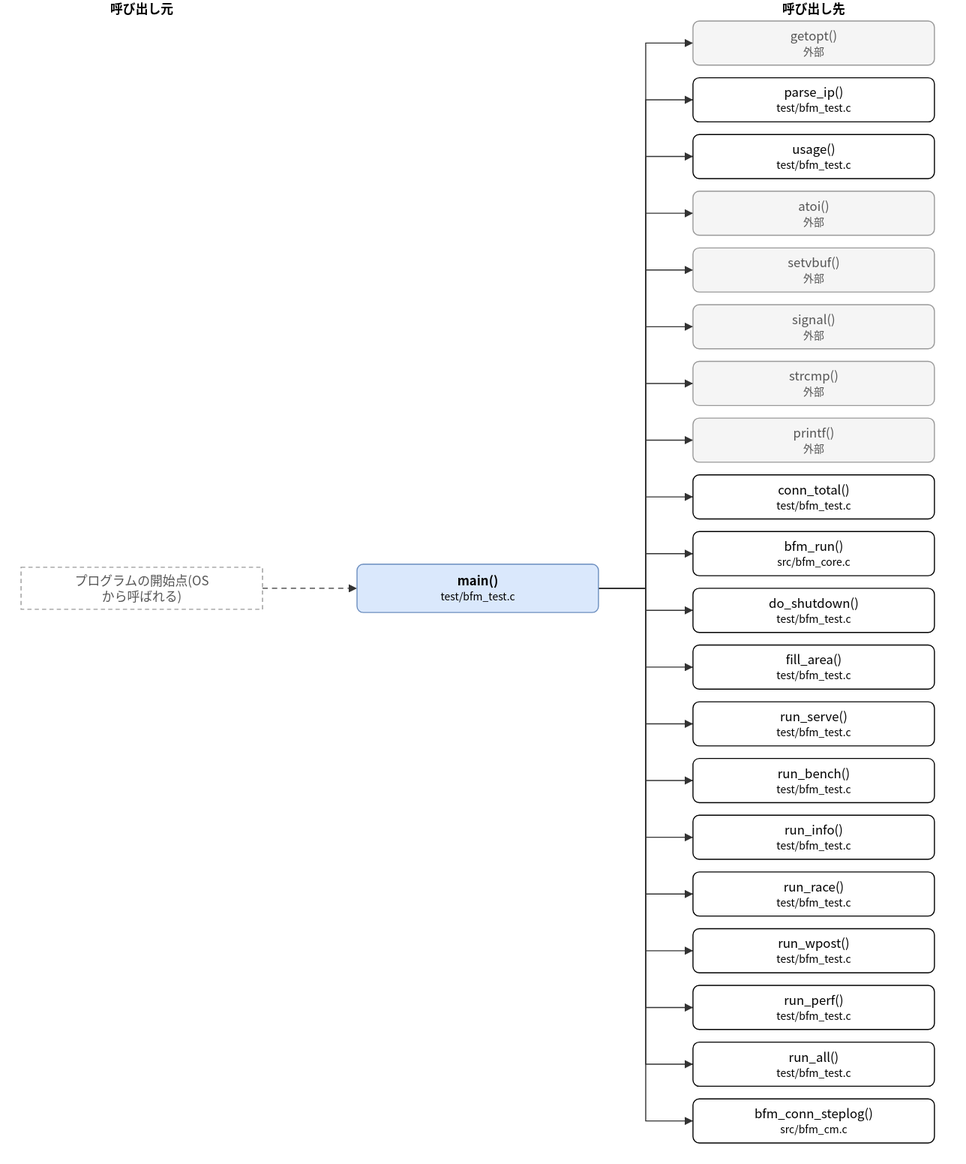
Above: doc/spec/images/call_test_bfm_test-main.drawio.svg in hf355051012-ai/bfmem (draw.io), before the change. Source tidied: cells renumbered, new cells last; positions are measured from the earlier drawing's top-left corner, leaving out a move shared by most shapes.
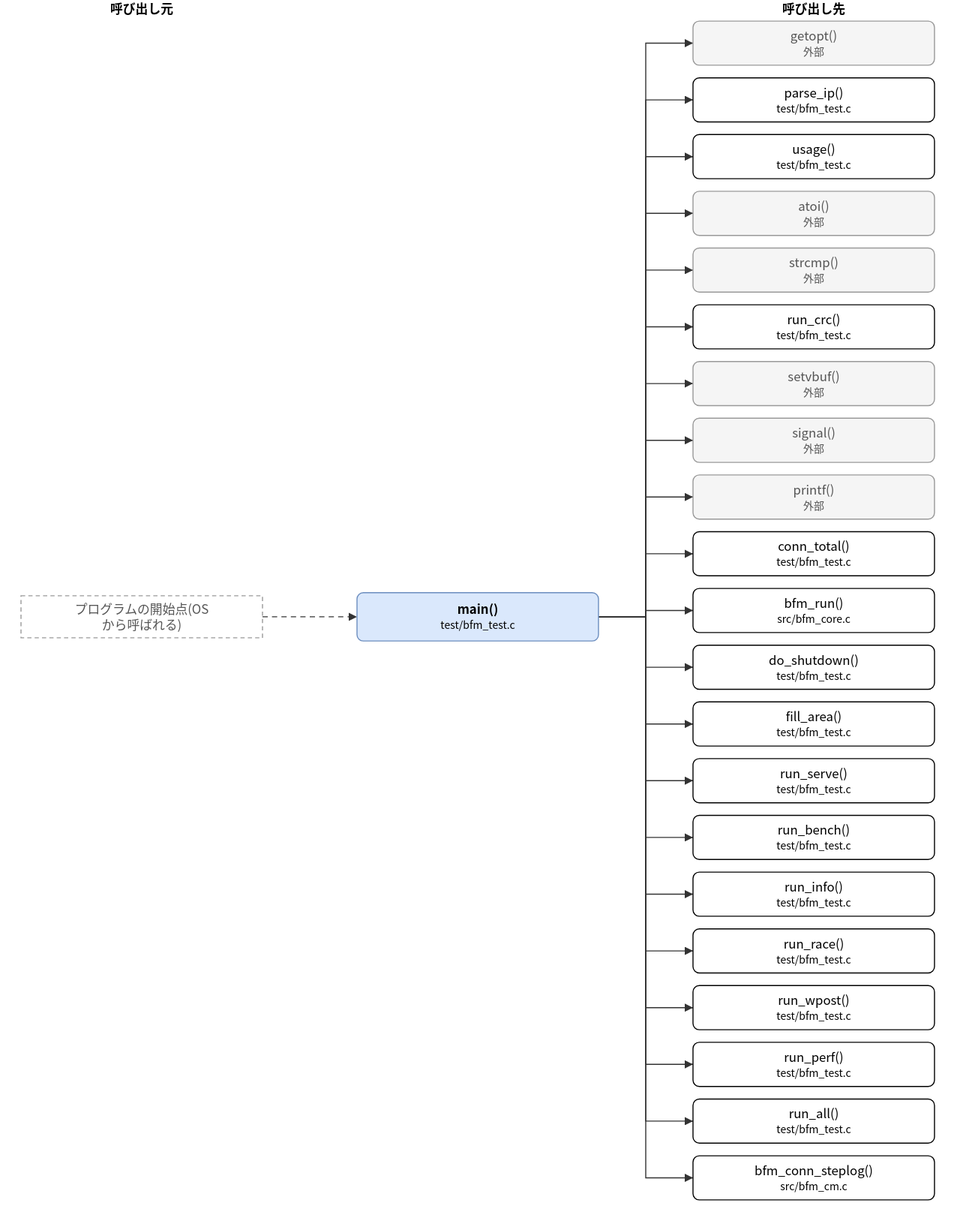
The same file after the commit.

Change to the diagram source:
```diff
@@ -5,3 +5,3 @@
     <mxCell id="2" value="main()&lt;br&gt;&lt;font style=&quot;font-size:10px&quot;&gt;test/bfm_test.c&lt;/font&gt;" style="rounded=1;whiteSpace=wrap;html=1;fillColor=#dae8fc;strokeColor=#6c8ebf;fontStyle=1;" parent="1" vertex="1">
-      <mxGeometry x="320" y="537" width="230" height="46" as="geometry" />
+      <mxGeometry x="320" y="564" width="230" height="46" as="geometry" />
     </mxCell>
@@ -19,52 +19,55 @@
     </mxCell>
-    <mxCell id="7" value="setvbuf()&lt;br&gt;&lt;font style=&quot;font-size:10px&quot;&gt;外部&lt;/font&gt;" style="rounded=1;whiteSpace=wrap;html=1;fillColor=#f5f5f5;strokeColor=#999999;fontColor=#555555;" parent="1" vertex="1">
+    <mxCell id="7" value="strcmp()&lt;br&gt;&lt;font style=&quot;font-size:10px&quot;&gt;外部&lt;/font&gt;" style="rounded=1;whiteSpace=wrap;html=1;fillColor=#f5f5f5;strokeColor=#999999;fontColor=#555555;" parent="1" vertex="1">
       <mxGeometry x="640" y="236" width="230" height="42" as="geometry" />
     </mxCell>
-    <mxCell id="8" value="signal()&lt;br&gt;&lt;font style=&quot;font-size:10px&quot;&gt;外部&lt;/font&gt;" style="rounded=1;whiteSpace=wrap;html=1;fillColor=#f5f5f5;strokeColor=#999999;fontColor=#555555;" parent="1" vertex="1">
+    <mxCell id="8" value="run_crc()&lt;br&gt;&lt;font style=&quot;font-size:10px&quot;&gt;test/bfm_test.c&lt;/font&gt;" style="rounded=1;whiteSpace=wrap;html=1;" parent="1" vertex="1">
       <mxGeometry x="640" y="290" width="230" height="42" as="geometry" />
     </mxCell>
-    <mxCell id="9" value="strcmp()&lt;br&gt;&lt;font style=&quot;font-size:10px&quot;&gt;外部&lt;/font&gt;" style="rounded=1;whiteSpace=wrap;html=1;fillColor=#f5f5f5;strokeColor=#999999;fontColor=#555555;" parent="1" vertex="1">
+    <mxCell id="9" value="setvbuf()&lt;br&gt;&lt;font style=&quot;font-size:10px&quot;&gt;外部&lt;/font&gt;" style="rounded=1;whiteSpace=wrap;html=1;fillColor=#f5f5f5;strokeColor=#999999;fontColor=#555555;" parent="1" vertex="1">
       <mxGeometry x="640" y="344" width="230" height="42" as="geometry" />
     </mxCell>
-    <mxCell id="10" value="printf()&lt;br&gt;&lt;font style=&quot;font-size:10px&quot;&gt;外部&lt;/font&gt;" style="rounded=1;whiteSpace=wrap;html=1;fillColor=#f5f5f5;strokeColor=#999999;fontColor=#555555;" parent="1" vertex="1">
+    <mxCell id="10" value="signal()&lt;br&gt;&lt;font style=&quot;font-size:10px&quot;&gt;外部&lt;/font&gt;" style="rounded=1;whiteSpace=wrap;html=1;fillColor=#f5f5f5;strokeColor=#999999;fontColor=#555555;" parent="1" vertex="1">
       <mxGeometry x="640" y="398" width="230" height="42" as="geometry" />
     </mxCell>
-    <mxCell id="11" value="conn_total()&lt;br&gt;&lt;font style=&quot;font-size:10px&quot;&gt;test/bfm_test.c&lt;/font&gt;" style="rounded=1;whiteSpace=wrap;html=1;" parent="1" vertex="1">
+    <mxCell id="11" value="printf()&lt;br&gt;&lt;font style=&quot;font-size:10px&quot;&gt;外部&lt;/font&gt;" style="rounded=1;whiteSpace=wrap;html=1;fillColor=#f5f5f5;strokeColor=#999999;fontColor=#555555;" parent="1" vertex="1">
       <mxGeometry x="640" y="452" width="230" height="42" as="geometry" />
     </mxCell>
-    <mxCell id="12" value="bfm_run()&lt;br&gt;&lt;font style=&quot;font-size:10px&quot;&gt;src/bfm_core.c&lt;/font&gt;" style="rounded=1;whiteSpace=wrap;html=1;" parent="1" vertex="1">
+    <mxCell id="12" value="conn_total()&lt;br&gt;&lt;font style=&quot;font-size:10px&quot;&gt;test/bfm_test.c&lt;/font&gt;" style="rounded=1;whiteSpace=wrap;html=1;" parent="1" vertex="1">
       <mxGeometry x="640" y="506" width="230" height="42" as="geometry" />
     </mxCell>
-    <mxCell id="13" value="do_shutdown()&lt;br&gt;&lt;font style=&quot;font-size:10px&quot;&gt;test/bfm_test.c&lt;/font&gt;" style="rounded=1;whiteSpace=wrap;html=1;" parent="1" vertex="1">
+    <mxCell id="13" value="bfm_run()&lt;br&gt;&lt;font style=&quot;font-size:10px&quot;&gt;src/bfm_core.c&lt;/font&gt;" style="rounded=1;whiteSpace=wrap;html=1;" parent="1" vertex="1">
       <mxGeometry x="640" y="560" width="230" height="42" as="geometry" />
     </mxCell>
-    <mxCell id="14" value="fill_area()&lt;br&gt;&lt;font style=&quot;font-size:10px&quot;&gt;test/bfm_test.c&lt;/font&gt;" style="rounded=1;whiteSpace=wrap;html=1;" parent="1" vertex="1">
+    <mxCell id="14" value="do_shutdown()&lt;br&gt;&lt;font style=&quot;font-size:10px&quot;&gt;test/bfm_test.c&lt;/font&gt;" style="rounded=1;whiteSpace=wrap;html=1;" parent="1" vertex="1">
       <mxGeometry x="640" y="614" width="230" height="42" as="geometry" />
     </mxCell>
-    <mxCell id="15" value="run_serve()&lt;br&gt;&lt;font style=&quot;font-size:10px&quot;&gt;test/bfm_test.c&lt;/font&gt;" style="rounded=1;whiteSpace=wrap;html=1;" parent="1" vertex="1">
+    <mxCell id="15" value="fill_area()&lt;br&gt;&lt;font style=&quot;font-size:10px&quot;&gt;test/bfm_test.c&lt;/font&gt;" style="rounded=1;whiteSpace=wrap;html=1;" parent="1" vertex="1">
       <mxGeometry x="640" y="668" width="230" height="42" as="geometry" />
     </mxCell>
-    <mxCell id="16" value="run_bench()&lt;br&gt;&lt;font style=&quot;font-size:10px&quot;&gt;test/bfm_test.c&lt;/font&gt;" style="rounded=1;whiteSpace=wrap;html=1;" parent="1" vertex="1">
+    <mxCell id="16" value="run_serve()&lt;br&gt;&lt;font style=&quot;font-size:10px&quot;&gt;test/bfm_test.c&lt;/font&gt;" style="rounded=1;whiteSpace=wrap;html=1;" parent="1" vertex="1">
       <mxGeometry x="640" y="722" width="230" height="42" as="geometry" />
     </mxCell>
-    <mxCell id="17" value="run_info()&lt;br&gt;&lt;font style=&quot;font-size:10px&quot;&gt;test/bfm_test.c&lt;/font&gt;" style="rounded=1;whiteSpace=wrap;html=1;" parent="1" vertex="1">
+    <mxCell id="17" value="run_bench()&lt;br&gt;&lt;font style=&quot;font-size:10px&quot;&gt;test/bfm_test.c&lt;/font&gt;" style="rounded=1;whiteSpace=wrap;html=1;" parent="1" vertex="1">
       <mxGeometry x="640" y="776" width="230" height="42" as="geometry" />
     </mxCell>
-    <mxCell id="18" value="run_race()&lt;br&gt;&lt;font style=&quot;font-size:10px&quot;&gt;test/bfm_test.c&lt;/font&gt;" style="rounded=1;whiteSpace=wrap;html=1;" parent="1" vertex="1">
+    <mxCell id="18" value="run_info()&lt;br&gt;&lt;font style=&quot;font-size:10px&quot;&gt;test/bfm_test.c&lt;/font&gt;" style="rounded=1;whiteSpace=wrap;html=1;" parent="1" vertex="1">
       <mxGeometry x="640" y="830" width="230" height="42" as="geometry" />
     </mxCell>
-    <mxCell id="19" value="run_wpost()&lt;br&gt;&lt;font style=&quot;font-size:10px&quot;&gt;test/bfm_test.c&lt;/font&gt;" style="rounded=1;whiteSpace=wrap;html=1;" parent="1" vertex="1">
+    <mxCell id="19" value="run_race()&lt;br&gt;&lt;font style=&quot;font-size:10px&quot;&gt;test/bfm_test.c&lt;/font&gt;" style="rounded=1;whiteSpace=wrap;html=1;" parent="1" vertex="1">
       <mxGeometry x="640" y="884" width="230" height="42" as="geometry" />
     </mxCell>
-    <mxCell id="20" value="run_perf()&lt;br&gt;&lt;font style=&quot;font-size:10px&quot;&gt;test/bfm_test.c&lt;/font&gt;" style="rounded=1;whiteSpace=wrap;html=1;" parent="1" vertex="1">
+    <mxCell id="20" value="run_wpost()&lt;br&gt;&lt;font style=&quot;font-size:10px&quot;&gt;test/bfm_test.c&lt;/font&gt;" style="rounded=1;whiteSpace=wrap;html=1;" parent="1" vertex="1">
       <mxGeometry x="640" y="938" width="230" height="42" as="geometry" />
     </mxCell>
-    <mxCell id="21" value="run_all()&lt;br&gt;&lt;font style=&quot;font-size:10px&quot;&gt;test/bfm_test.c&lt;/font&gt;" style="rounded=1;whiteSpace=wrap;html=1;" parent="1" vertex="1">
+    <mxCell id="21" value="run_perf()&lt;br&gt;&lt;font style=&quot;font-size:10px&quot;&gt;test/bfm_test.c&lt;/font&gt;" style="rounded=1;whiteSpace=wrap;html=1;" parent="1" vertex="1">
       <mxGeometry x="640" y="992" width="230" height="42" as="geometry" />
     </mxCell>
-    <mxCell id="22" value="bfm_conn_steplog()&lt;br&gt;&lt;font style=&quot;font-size:10px&quot;&gt;src/bfm_cm.c&lt;/font&gt;" style="rounded=1;whiteSpace=wrap;html=1;" parent="1" vertex="1">
+    <mxCell id="22" value="run_all()&lt;br&gt;&lt;font style=&quot;font-size:10px&quot;&gt;test/bfm_test.c&lt;/font&gt;" style="rounded=1;whiteSpace=wrap;html=1;" parent="1" vertex="1">
       <mxGeometry x="640" y="1046" width="230" height="42" as="geometry" />
     </mxCell>
+    <mxCell id="47" value="bfm_conn_steplog()&lt;br&gt;&lt;font style=&quot;font-size:10px&quot;&gt;src/bfm_cm.c&lt;/font&gt;" style="rounded=1;whiteSpace=wrap;html=1;" parent="1" vertex="1">
+      <mxGeometry x="640" y="1100" width="230" height="42" as="geometry" />
+    </mxCell>
     <mxCell id="23" value="プログラムの開始点(OS&lt;br&gt;から呼ばれる)" style="rounded=0;whiteSpace=wrap;html=1;dashed=1;strokeColor=#999999;fontColor=#555555;dashed=1;" parent="1" vertex="1">
-      <mxGeometry y="540" width="230" height="40" as="geometry" />
+      <mxGeometry y="567" width="230" height="40" as="geometry" />
     </mxCell>
@@ -73,3 +76,3 @@
         <Array as="points">
-          <mxPoint x="595" y="560" />
+          <mxPoint x="595" y="587" />
           <mxPoint x="595" y="41" />
@@ -81,3 +84,3 @@
         <Array as="points">
-          <mxPoint x="595" y="560" />
+          <mxPoint x="595" y="587" />
           <mxPoint x="595" y="95" />
@@ -89,3 +92,3 @@
         <Array as="points">
-          <mxPoint x="595" y="560" />
+          <mxPoint x="595" y="587" />
           <mxPoint x="595" y="149" />
@@ -97,3 +100,3 @@
         <Array as="points">
-          <mxPoint x="595" y="560" />
+          <mxPoint x="595" y="587" />
           <mxPoint x="595" y="203" />
@@ -105,3 +108,3 @@
         <Array as="points">
-          <mxPoint x="595" y="560" />
+          <mxPoint x="595" y="587" />
           <mxPoint x="595" y="257" />
@@ -113,3 +116,3 @@
         <Array as="points">
-          <mxPoint x="595" y="560" />
+          <mxPoint x="595" y="587" />
           <mxPoint x="595" y="311" />
@@ -121,3 +124,3 @@
         <Array as="points">
-          <mxPoint x="595" y="560" />
+          <mxPoint x="595" y="587" />
           <mxPoint x="595" y="365" />
@@ -129,3 +132,3 @@
         <Array as="points">
-          <mxPoint x="595" y="560" />
+          <mxPoint x="595" y="587" />
           <mxPoint x="595" y="419" />
@@ -137,3 +140,3 @@
         <Array as="points">
-          <mxPoint x="595" y="560" />
+          <mxPoint x="595" y="587" />
           <mxPoint x="595" y="473" />
@@ -145,3 +148,3 @@
         <Array as="points">
-          <mxPoint x="595" y="560" />
+          <mxPoint x="595" y="587" />
           <mxPoint x="595" y="527" />
@@ -153,3 +156,3 @@
         <Array as="points">
-          <mxPoint x="595" y="560" />
+          <mxPoint x="595" y="587" />
           <mxPoint x="595" y="581" />
@@ -161,3 +164,3 @@
         <Array as="points">
-          <mxPoint x="595" y="560" />
+          <mxPoint x="595" y="587" />
           <mxPoint x="595" y="635" />
@@ -169,3 +172,3 @@
         <Array as="points">
-          <mxPoint x="595" y="560" />
+          <mxPoint x="595" y="587" />
           <mxPoint x="595" y="689" />
@@ -177,3 +180,3 @@
         <Array as="points">
-          <mxPoint x="595" y="560" />
+          <mxPoint x="595" y="587" />
           <mxPoint x="595" y="743" />
@@ -185,3 +188,3 @@
         <Array as="points">
-          <mxPoint x="595" y="560" />
+          <mxPoint x="595" y="587" />
           <mxPoint x="595" y="797" />
@@ -193,3 +196,3 @@
         <Array as="points">
-          <mxPoint x="595" y="560" />
+          <mxPoint x="595" y="587" />
           <mxPoint x="595" y="851" />
@@ -201,3 +204,3 @@
         <Array as="points">
-          <mxPoint x="595" y="560" />
+          <mxPoint x="595" y="587" />
           <mxPoint x="595" y="905" />
@@ -209,3 +212,3 @@
         <Array as="points">
-          <mxPoint x="595" y="560" />
+          <mxPoint x="595" y="587" />
           <mxPoint x="595" y="959" />
@@ -217,3 +220,3 @@
         <Array as="points">
-          <mxPoint x="595" y="560" />
+          <mxPoint x="595" y="587" />
           <mxPoint x="595" y="1013" />
@@ -225,3 +228,3 @@
         <Array as="points">
-          <mxPoint x="595" y="560" />
+          <mxPoint x="595" y="587" />
           <mxPoint x="595" y="1067" />
@@ -230,5 +233,13 @@
     </mxCell>
-    <mxCell id="44" style="edgeStyle=none;html=1;rounded=0;endArrow=block;endFill=1;exitX=1.0000;exitY=0.5000;exitDx=0;exitDy=0;exitPerimeter=0;entryX=0.0000;entryY=0.5000;entryDx=0;entryDy=0;entryPerimeter=0;dashed=1;" parent="1" edge="1" source="23" target="2">
-      <mxGeometry relative="1" as="geometry" />
+    <mxCell id="44" style="edgeStyle=none;html=1;rounded=0;endArrow=block;endFill=1;exitX=1.0000;exitY=0.5000;exitDx=0;exitDy=0;exitPerimeter=0;entryX=0.0000;entryY=0.5000;entryDx=0;entryDy=0;entryPerimeter=0;" parent="1" edge="1" source="2" target="47">
+      <mxGeometry relative="1" as="geometry">
+        <Array as="points">
+          <mxPoint x="595" y="587" />
+          <mxPoint x="595" y="1121" />
+        </Array>
+      </mxGeometry>
     </mxCell>
+    <mxCell id="48" style="edgeStyle=none;html=1;rounded=0;endArrow=block;endFill=1;exitX=1.0000;exitY=0.5000;exitDx=0;exitDy=0;exitPerimeter=0;entryX=0.0000;entryY=0.5000;entryDx=0;entryDy=0;entryPerimeter=0;dashed=1;" parent="1" edge="1" source="23" target="2">
+      <mxGeometry relative="1" as="geometry" />
+    </mxCell>
     <mxCell id="45" value="呼び出し元" style="text;html=1;align=center;fontStyle=1;" parent="1" vertex="1">
```
